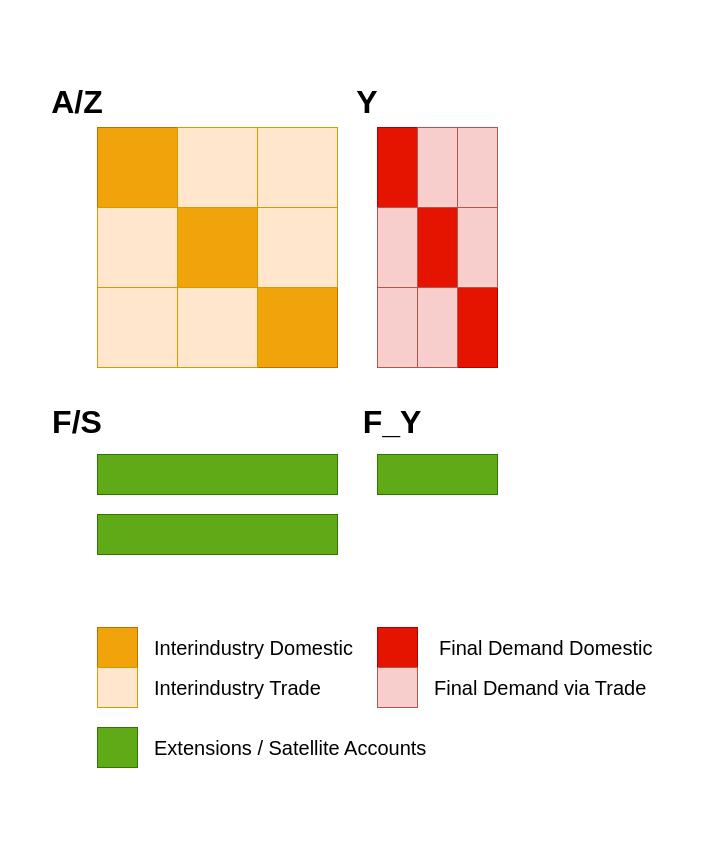
Before: eemrio_structure.drawio in konstantinstadler/mrio_pres_util, a draw.io diagram. Source tidied: cells renumbered, new cells numbered last; positions are measured from the earlier drawing's top-left corner, leaving out a move shared by most shapes. Both pictures are drawn from the tidied source at 100%, with x=0, y=0 at pixel (27, 77).
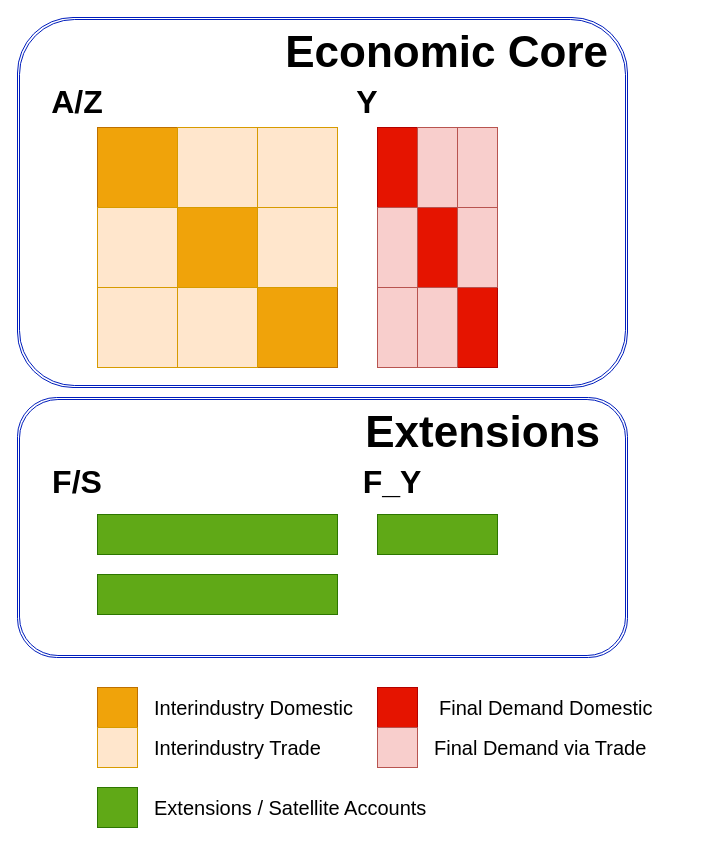
The same diagram, later.

Diff of the diagram source:
```diff
@@
+    <mxCell id="39" style="shape=ext;double=1;rounded=1;whiteSpace=wrap;html=1;fillColor=none;fontColor=#ffffff;strokeColor=#001DBC;" parent="1" vertex="1">
+      <mxGeometry x="-10" y="-60" width="610" height="370" as="geometry" />
+    </mxCell>
@@
     <mxCell id="4" style="rounded=0;whiteSpace=wrap;html=1;fillColor=#60a917;fontColor=#ffffff;strokeColor=#2D7600;" parent="1" vertex="1">
-      <mxGeometry x="70" y="377" width="240" height="40" as="geometry" />
+      <mxGeometry x="70" y="437" width="240" height="40" as="geometry" />
     </mxCell>
     <mxCell id="5" style="rounded=0;whiteSpace=wrap;html=1;fillColor=#60a917;fontColor=#ffffff;strokeColor=#2D7600;" parent="1" vertex="1">
-      <mxGeometry x="70" y="437" width="240" height="40" as="geometry" />
+      <mxGeometry x="70" y="497" width="240" height="40" as="geometry" />
     </mxCell>
@@
     <mxCell id="24" style="whiteSpace=wrap;html=1;fillColor=#f0a30a;strokeColor=#BD7000;fontColor=#000000;" parent="1" vertex="1">
-      <mxGeometry x="70" y="550" width="40" height="40" as="geometry" />
+      <mxGeometry x="70" y="610" width="40" height="40" as="geometry" />
     </mxCell>
     <mxCell id="25" style="whiteSpace=wrap;html=1;fillColor=#ffe6cc;strokeColor=#d79b00;" parent="1" vertex="1">
-      <mxGeometry x="70" y="590" width="40" height="40" as="geometry" />
+      <mxGeometry x="70" y="650" width="40" height="40" as="geometry" />
     </mxCell>
     <mxCell id="26" style="rounded=0;whiteSpace=wrap;html=1;fillColor=#e51400;fontColor=#ffffff;strokeColor=#B20000;" parent="1" vertex="1">
-      <mxGeometry x="350" y="550" width="40" height="40" as="geometry" />
+      <mxGeometry x="350" y="610" width="40" height="40" as="geometry" />
     </mxCell>
     <mxCell id="27" style="rounded=0;whiteSpace=wrap;html=1;fillColor=#f8cecc;strokeColor=#b85450;" parent="1" vertex="1">
-      <mxGeometry x="350" y="590" width="40" height="40" as="geometry" />
+      <mxGeometry x="350" y="650" width="40" height="40" as="geometry" />
     </mxCell>
     <mxCell id="28" style="rounded=0;whiteSpace=wrap;html=1;fillColor=#60a917;fontColor=#ffffff;strokeColor=#2D7600;" parent="1" vertex="1">
-      <mxGeometry x="70" y="650" width="40" height="40" as="geometry" />
+      <mxGeometry x="70" y="710" width="40" height="40" as="geometry" />
     </mxCell>
     <mxCell id="29" value="Interindustry Domestic" style="text;html=1;strokeColor=none;fillColor=none;align=left;verticalAlign=middle;whiteSpace=wrap;rounded=0;fontSize=20;" parent="1" vertex="1">
-      <mxGeometry x="125" y="550" width="260" height="40" as="geometry" />
+      <mxGeometry x="125" y="610" width="260" height="40" as="geometry" />
     </mxCell>
     <mxCell id="30" value="Interindustry Trade" style="text;html=1;strokeColor=none;fillColor=none;align=left;verticalAlign=middle;whiteSpace=wrap;rounded=0;fontSize=20;" parent="1" vertex="1">
-      <mxGeometry x="125" y="590" width="260" height="40" as="geometry" />
+      <mxGeometry x="125" y="650" width="260" height="40" as="geometry" />
     </mxCell>
     <mxCell id="31" value="Final Demand Domestic" style="text;html=1;strokeColor=none;fillColor=none;align=left;verticalAlign=middle;whiteSpace=wrap;rounded=0;fontSize=20;" parent="1" vertex="1">
-      <mxGeometry x="410" y="550" width="255" height="40" as="geometry" />
+      <mxGeometry x="410" y="610" width="255" height="40" as="geometry" />
     </mxCell>
     <mxCell id="32" value="Final Demand via Trade" style="text;html=1;strokeColor=none;fillColor=none;align=left;verticalAlign=middle;whiteSpace=wrap;rounded=0;fontSize=20;" parent="1" vertex="1">
-      <mxGeometry x="405" y="590" width="260" height="40" as="geometry" />
+      <mxGeometry x="405" y="650" width="260" height="40" as="geometry" />
     </mxCell>
     <mxCell id="33" value="Extensions / Satellite Accounts" style="text;html=1;strokeColor=none;fillColor=none;align=left;verticalAlign=middle;whiteSpace=wrap;rounded=0;fontSize=20;" parent="1" vertex="1">
-      <mxGeometry x="125" y="650" width="290" height="40" as="geometry" />
+      <mxGeometry x="125" y="710" width="290" height="40" as="geometry" />
     </mxCell>
     <mxCell id="34" style="rounded=0;whiteSpace=wrap;html=1;fillColor=#60a917;fontColor=#ffffff;strokeColor=#2D7600;" parent="1" vertex="1">
-      <mxGeometry x="350" y="377" width="120" height="40" as="geometry" />
+      <mxGeometry x="350" y="437" width="120" height="40" as="geometry" />
     </mxCell>
@@
     <mxCell id="37" value="&lt;font style=&quot;font-size: 32px;&quot;&gt;&lt;b&gt;F/S&lt;/b&gt;&lt;/font&gt;" style="text;html=1;strokeColor=none;fillColor=none;align=center;verticalAlign=middle;whiteSpace=wrap;rounded=0;" parent="1" vertex="1">
-      <mxGeometry y="320" width="100" height="50" as="geometry" />
+      <mxGeometry y="380" width="100" height="50" as="geometry" />
     </mxCell>
     <mxCell id="38" value="&lt;font style=&quot;font-size: 32px;&quot;&gt;&lt;b&gt;F_Y&lt;/b&gt;&lt;/font&gt;" style="text;html=1;strokeColor=none;fillColor=none;align=center;verticalAlign=middle;whiteSpace=wrap;rounded=0;" parent="1" vertex="1">
-      <mxGeometry x="315" y="320" width="100" height="50" as="geometry" />
+      <mxGeometry x="315" y="380" width="100" height="50" as="geometry" />
     </mxCell>
+    <mxCell id="40" value="&lt;font size=&quot;1&quot; style=&quot;&quot;&gt;&lt;b style=&quot;font-size: 44px;&quot;&gt;Economic Core&lt;/b&gt;&lt;/font&gt;" style="text;html=1;strokeColor=none;fillColor=none;align=right;verticalAlign=middle;whiteSpace=wrap;rounded=0;" parent="1" vertex="1">
+      <mxGeometry x="147.5" y="-50" width="435" height="50" as="geometry" />
+    </mxCell>
+    <mxCell id="41" style="shape=ext;double=1;rounded=1;whiteSpace=wrap;html=1;fillColor=none;fontColor=#ffffff;strokeColor=#001DBC;" parent="1" vertex="1">
+      <mxGeometry x="-10" y="320" width="610" height="260" as="geometry" />
+    </mxCell>
+    <mxCell id="42" value="&lt;font size=&quot;1&quot; style=&quot;&quot;&gt;&lt;b style=&quot;font-size: 44px;&quot;&gt;Extensions&lt;/b&gt;&lt;/font&gt;" style="text;html=1;strokeColor=none;fillColor=none;align=right;verticalAlign=middle;whiteSpace=wrap;rounded=0;" parent="1" vertex="1">
+      <mxGeometry x="140" y="330" width="435" height="50" as="geometry" />
+    </mxCell>
```
